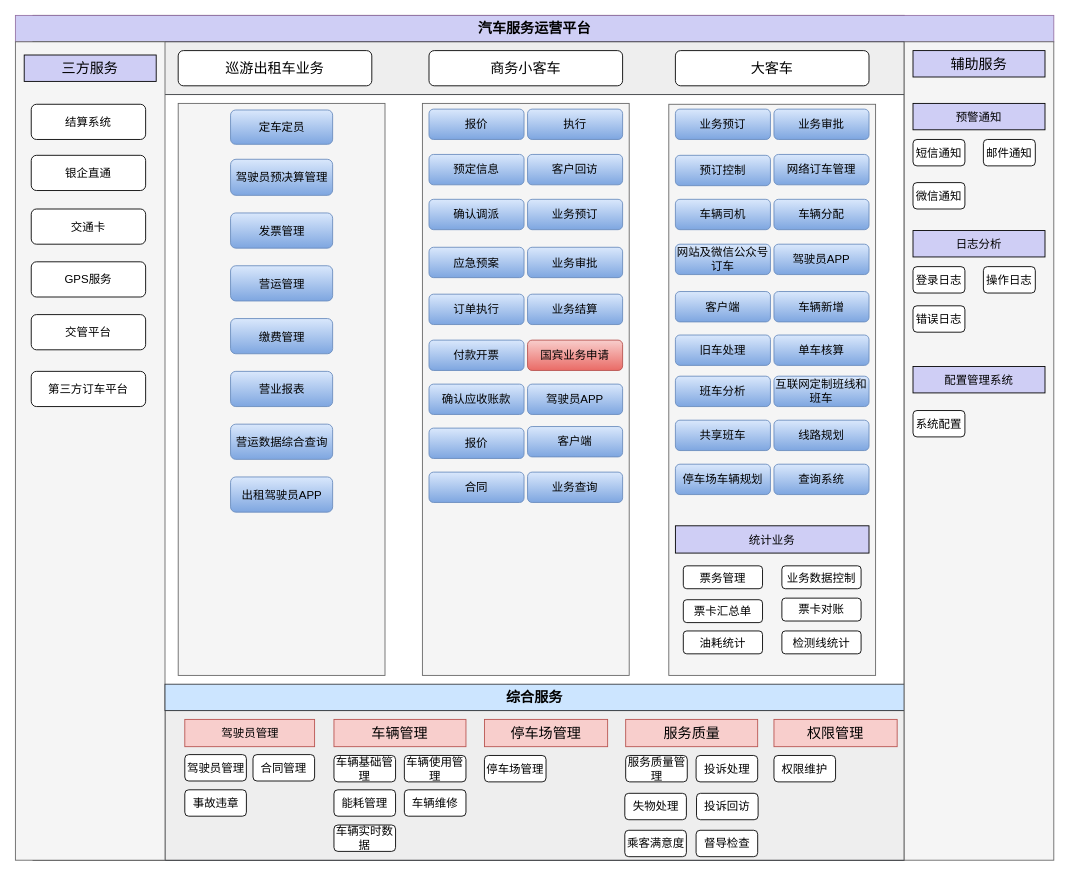
This is 汽车公司业务流程图.drawio from ammengke/my-drawio, a draw.io file, before an edit. Source tidied: cells renumbered, new cells numbered last; positions are measured from the earlier drawing's top-left corner, leaving out a move shared by most shapes. Both pictures are drawn from the tidied source at 88%, with x=0, y=0 at pixel (15, 15).
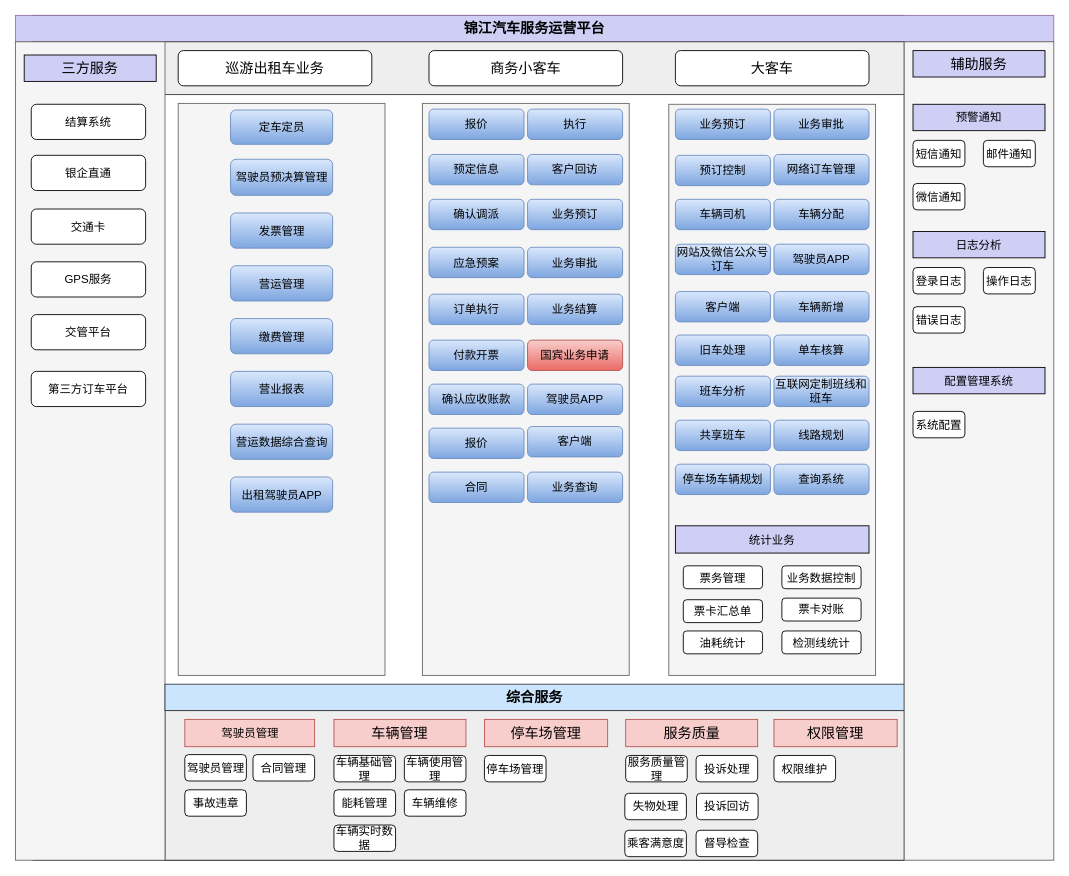
The same page after the edit.

Commit message:
Update 汽车公司业务流程图.drawio

The edit, as a diff of the source:
```diff
@@
-    <mxCell id="3" value="汽车服务运营平台" style="rounded=0;whiteSpace=wrap;html=1;fillColor=#CFCEF5;strokeColor=#9673a6;fontStyle=1;fontSize=16;" parent="1" vertex="1">
+    <mxCell id="3" value="锦江汽车服务运营平台" style="rounded=0;whiteSpace=wrap;html=1;fillColor=#CFCEF5;strokeColor=#9673a6;fontStyle=1;fontSize=16;" parent="1" vertex="1">
       <mxGeometry width="1180" height="30" as="geometry" />
     </mxCell>
@@
     <mxCell id="95" value="预警通知" style="rounded=0;whiteSpace=wrap;html=1;fontSize=13;fillColor=#CFCEF5;" parent="1" vertex="1">
-      <mxGeometry x="1020" y="100" width="150" height="30" as="geometry" />
+      <mxGeometry x="1020" y="101" width="150" height="30" as="geometry" />
     </mxCell>
     <mxCell id="96" value="短信通知" style="rounded=1;whiteSpace=wrap;html=1;fontSize=13;" parent="1" vertex="1">
-      <mxGeometry x="1020" y="141" width="59" height="30" as="geometry" />
+      <mxGeometry x="1020" y="142" width="59" height="30" as="geometry" />
     </mxCell>
     <mxCell id="97" value="邮件通知" style="rounded=1;whiteSpace=wrap;html=1;fontSize=13;" parent="1" vertex="1">
-      <mxGeometry x="1100" y="141" width="59" height="30" as="geometry" />
+      <mxGeometry x="1100" y="142" width="59" height="30" as="geometry" />
     </mxCell>
     <mxCell id="98" value="日志分析" style="rounded=0;whiteSpace=wrap;html=1;fontSize=13;fillColor=#CFCEF5;" parent="1" vertex="1">
-      <mxGeometry x="1020" y="244.5" width="150" height="30" as="geometry" />
+      <mxGeometry x="1020" y="245.5" width="150" height="30" as="geometry" />
     </mxCell>
     <mxCell id="99" value="登录日志" style="rounded=1;whiteSpace=wrap;html=1;fontSize=13;" parent="1" vertex="1">
-      <mxGeometry x="1020" y="285.5" width="59" height="30" as="geometry" />
+      <mxGeometry x="1020" y="286.5" width="59" height="30" as="geometry" />
     </mxCell>
     <mxCell id="100" value="操作日志" style="rounded=1;whiteSpace=wrap;html=1;fontSize=13;" parent="1" vertex="1">
-      <mxGeometry x="1100" y="285.5" width="59" height="30" as="geometry" />
+      <mxGeometry x="1100" y="286.5" width="59" height="30" as="geometry" />
     </mxCell>
     <mxCell id="101" value="错误日志" style="rounded=1;whiteSpace=wrap;html=1;fontSize=13;" parent="1" vertex="1">
-      <mxGeometry x="1020" y="330" width="59" height="30" as="geometry" />
+      <mxGeometry x="1020" y="331" width="59" height="30" as="geometry" />
     </mxCell>
     <mxCell id="102" value="配置管理系统" style="rounded=0;whiteSpace=wrap;html=1;fontSize=13;fillColor=#CFCEF5;" parent="1" vertex="1">
-      <mxGeometry x="1020" y="399" width="150" height="30" as="geometry" />
+      <mxGeometry x="1020" y="400" width="150" height="30" as="geometry" />
     </mxCell>
     <mxCell id="103" value="系统配置" style="rounded=1;whiteSpace=wrap;html=1;fontSize=13;" parent="1" vertex="1">
-      <mxGeometry x="1020" y="449" width="59" height="30" as="geometry" />
+      <mxGeometry x="1020" y="450" width="59" height="30" as="geometry" />
     </mxCell>
     <mxCell id="104" value="微信通知" style="rounded=1;whiteSpace=wrap;html=1;fontSize=13;" parent="1" vertex="1">
-      <mxGeometry x="1020" y="190" width="59" height="30" as="geometry" />
+      <mxGeometry x="1020" y="191" width="59" height="30" as="geometry" />
     </mxCell>
```
